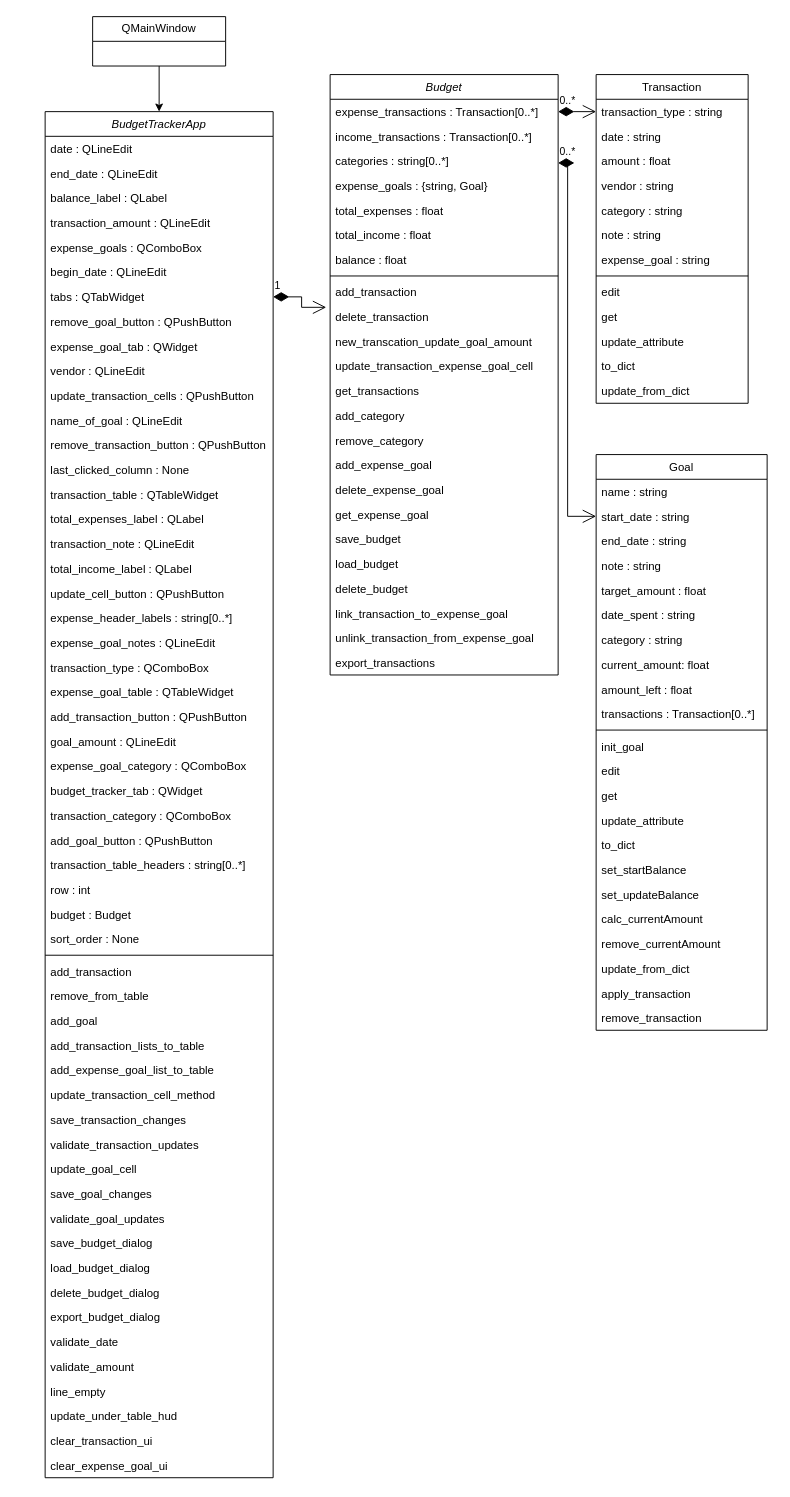
This is class_diagram.drawio from cachampney/capstone, a draw.io file, before an edit. Source tidied: cells renumbered, new cells numbered last; positions are measured from the earlier drawing's top-left corner, leaving out a move shared by most shapes. Both pictures are drawn from the tidied source at 95%, with x=0, y=0 at pixel (45, 16).
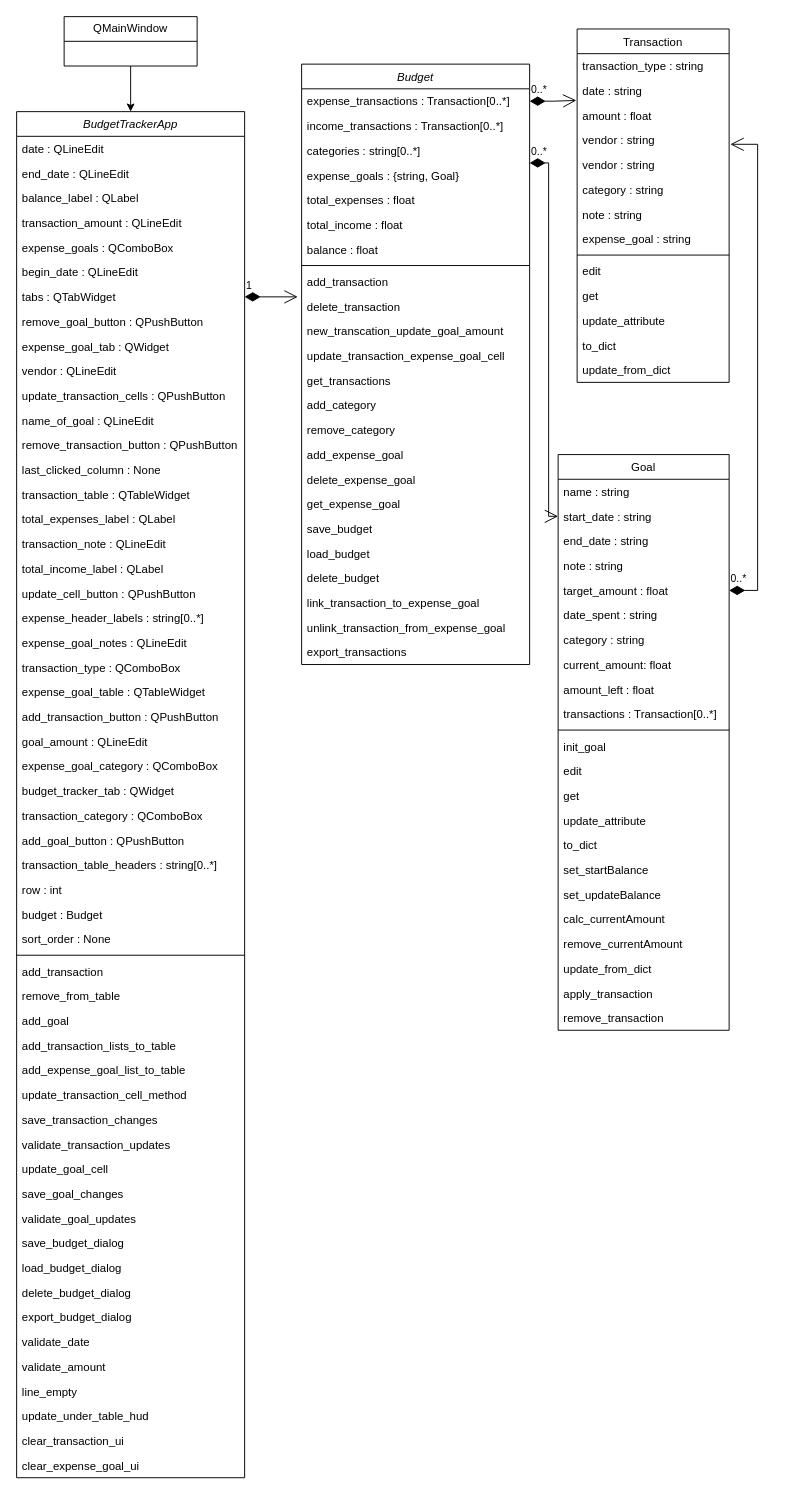
Above is the later version.

Unchanged cells that the change refers to:
```xml
<mxCell id="3" value="expense_transactions : Transaction[0..*]" style="text;align=left;verticalAlign=top;spacingLeft=4;spacingRight=4;overflow=hidden;points=[[0,0.5],[1,0.5]];portConstraint=eastwest;" parent="2" vertex="1">
  <mxGeometry y="26" width="240" height="26" as="geometry" />
</mxCell>
<mxCell id="5" value="categories : string[0..*]" style="text;align=left;verticalAlign=top;spacingLeft=4;spacingRight=4;overflow=hidden;points=[[0,0.5],[1,0.5]];portConstraint=eastwest;rounded=0;shadow=0;html=0;" parent="2" vertex="1">
  <mxGeometry y="78" width="240" height="26" as="geometry" />
</mxCell>
<mxCell id="28" value="transaction_type : string" style="text;align=left;verticalAlign=top;spacingLeft=4;spacingRight=4;overflow=hidden;points=[[0,0.5],[1,0.5]];portConstraint=eastwest;" parent="27" vertex="1">
  <mxGeometry y="26" width="160" height="26" as="geometry" />
</mxCell>
<mxCell id="29" value="date : string" style="text;align=left;verticalAlign=top;spacingLeft=4;spacingRight=4;overflow=hidden;points=[[0,0.5],[1,0.5]];portConstraint=eastwest;rounded=0;shadow=0;html=0;" parent="27" vertex="1">
  <mxGeometry y="52" width="160" height="26" as="geometry" />
</mxCell>
<mxCell id="31" value="vendor : string" style="text;align=left;verticalAlign=top;spacingLeft=4;spacingRight=4;overflow=hidden;points=[[0,0.5],[1,0.5]];portConstraint=eastwest;rounded=0;shadow=0;html=0;" parent="27" vertex="1">
  <mxGeometry y="104" width="160" height="26" as="geometry" />
</mxCell>
<mxCell id="44" value="start_date : string" style="text;align=left;verticalAlign=top;spacingLeft=4;spacingRight=4;overflow=hidden;points=[[0,0.5],[1,0.5]];portConstraint=eastwest;rounded=0;shadow=0;html=0;" parent="42" vertex="1">
  <mxGeometry y="52" width="180" height="26" as="geometry" />
</mxCell>
<mxCell id="47" value="target_amount : float" style="text;align=left;verticalAlign=top;spacingLeft=4;spacingRight=4;overflow=hidden;points=[[0,0.5],[1,0.5]];portConstraint=eastwest;rounded=0;shadow=0;html=0;" parent="42" vertex="1">
  <mxGeometry y="130" width="180" height="26" as="geometry" />
</mxCell>
```

Diff of the diagram source:
```diff
@@
     <mxCell id="2" value="Budget" style="swimlane;fontStyle=2;align=center;verticalAlign=top;horizontal=1;startSize=26;rounded=0;shadow=0;strokeWidth=1;" parent="1" vertex="1">
-      <mxGeometry x="300" y="61" width="240" height="632" as="geometry" />
+      <mxGeometry x="270" y="50" width="240" height="632" as="geometry" />
     </mxCell>
@@
     <mxCell id="27" value="Transaction" style="swimlane;fontStyle=0;align=center;verticalAlign=top;horizontal=1;startSize=26;rounded=0;shadow=0;strokeWidth=1;" parent="1" vertex="1">
-      <mxGeometry x="580" y="61" width="160" height="346" as="geometry" />
+      <mxGeometry x="560" y="13" width="160" height="372" as="geometry" />
     </mxCell>
@@
+    <mxCell id="126" value="vendor : string" style="text;align=left;verticalAlign=top;spacingLeft=4;spacingRight=4;overflow=hidden;rounded=0;shadow=0;html=0;" parent="27" vertex="1">
+      <mxGeometry y="130" width="160" height="26" as="geometry" />
+    </mxCell>
     <mxCell id="32" value="category : string" style="text;align=left;verticalAlign=top;spacingLeft=4;spacingRight=4;overflow=hidden;rounded=0;shadow=0;html=0;" parent="27" vertex="1">
-      <mxGeometry y="130" width="160" height="26" as="geometry" />
+      <mxGeometry y="156" width="160" height="26" as="geometry" />
     </mxCell>
     <mxCell id="33" value="note : string" style="text;align=left;verticalAlign=top;spacingLeft=4;spacingRight=4;overflow=hidden;rounded=0;shadow=0;html=0;" parent="27" vertex="1">
-      <mxGeometry y="156" width="160" height="26" as="geometry" />
+      <mxGeometry y="182" width="160" height="26" as="geometry" />
     </mxCell>
     <mxCell id="34" value="expense_goal : string" style="text;align=left;verticalAlign=top;spacingLeft=4;spacingRight=4;overflow=hidden;rounded=0;shadow=0;html=0;" parent="27" vertex="1">
-      <mxGeometry y="182" width="160" height="26" as="geometry" />
+      <mxGeometry y="208" width="160" height="26" as="geometry" />
     </mxCell>
     <mxCell id="35" style="line;html=1;strokeWidth=1;align=left;verticalAlign=middle;spacingTop=-1;spacingLeft=3;spacingRight=3;labelPosition=right;" parent="27" vertex="1">
-      <mxGeometry y="208" width="160" height="8" as="geometry" />
+      <mxGeometry y="234" width="160" height="8" as="geometry" />
     </mxCell>
     <mxCell id="36" value="edit" style="text;align=left;verticalAlign=top;spacingLeft=4;spacingRight=4;overflow=hidden;" parent="27" vertex="1">
-      <mxGeometry y="216" width="160" height="26" as="geometry" />
+      <mxGeometry y="242" width="160" height="26" as="geometry" />
     </mxCell>
     <mxCell id="37" value="get" style="text;align=left;verticalAlign=top;spacingLeft=4;spacingRight=4;overflow=hidden;" parent="27" vertex="1">
-      <mxGeometry y="242" width="160" height="26" as="geometry" />
+      <mxGeometry y="268" width="160" height="26" as="geometry" />
     </mxCell>
     <mxCell id="38" value="update_attribute" style="text;align=left;verticalAlign=top;spacingLeft=4;spacingRight=4;overflow=hidden;" parent="27" vertex="1">
-      <mxGeometry y="268" width="160" height="26" as="geometry" />
+      <mxGeometry y="294" width="160" height="26" as="geometry" />
     </mxCell>
     <mxCell id="39" value="to_dict" style="text;align=left;verticalAlign=top;spacingLeft=4;spacingRight=4;overflow=hidden;" parent="27" vertex="1">
-      <mxGeometry y="294" width="160" height="26" as="geometry" />
+      <mxGeometry y="320" width="160" height="26" as="geometry" />
     </mxCell>
     <mxCell id="40" value="update_from_dict" style="text;align=left;verticalAlign=top;spacingLeft=4;spacingRight=4;overflow=hidden;" parent="27" vertex="1">
-      <mxGeometry y="320" width="160" height="26" as="geometry" />
+      <mxGeometry y="346" width="160" height="26" as="geometry" />
     </mxCell>
-    <mxCell id="41" value="0..*" style="endArrow=open;html=1;endSize=12;startArrow=diamondThin;startSize=14;startFill=1;edgeStyle=orthogonalEdgeStyle;align=left;verticalAlign=bottom;rounded=0;" parent="1" edge="1" source="3" target="28">
-      <mxGeometry x="-1" y="3" relative="1" as="geometry">
-        <Array as="points">
-          <mxPoint x="532" y="103" />
-          <mxPoint x="532" y="101" />
-        </Array>
-      </mxGeometry>
+    <mxCell id="41" value="0..*" style="endArrow=open;html=1;endSize=12;startArrow=diamondThin;startSize=14;startFill=1;edgeStyle=orthogonalEdgeStyle;align=left;verticalAlign=bottom;rounded=0;entryX=-0.005;entryY=0.893;entryDx=0;entryDy=0;entryPerimeter=0;" parent="1" edge="1" source="3" target="29">
+      <mxGeometry x="-1" y="3" relative="1" as="geometry" />
     </mxCell>
     <mxCell id="42" value="Goal" style="swimlane;fontStyle=0;align=center;verticalAlign=top;horizontal=1;startSize=26;rounded=0;shadow=0;strokeWidth=1;" parent="1" vertex="1">
-      <mxGeometry x="580" y="461" width="180" height="606" as="geometry" />
+      <mxGeometry x="540" y="461" width="180" height="606" as="geometry" />
     </mxCell>
@@
     <mxCell id="66" value="0..*" style="endArrow=open;html=1;endSize=12;startArrow=diamondThin;startSize=14;startFill=1;edgeStyle=orthogonalEdgeStyle;align=left;verticalAlign=bottom;rounded=0;entryX=0;entryY=0.5;entryDx=0;entryDy=0;" parent="1" edge="1" source="5" target="44">
       <mxGeometry x="-1" y="3" relative="1" as="geometry">
         <Array as="points">
-          <mxPoint x="550" y="154" />
-          <mxPoint x="550" y="526" />
+          <mxPoint x="530" y="154" />
+          <mxPoint x="530" y="526" />
         </Array>
       </mxGeometry>
     </mxCell>
     <mxCell id="67" value="BudgetTrackerApp" style="swimlane;fontStyle=2;align=center;verticalAlign=top;horizontal=1;startSize=26;rounded=0;shadow=0;strokeWidth=1;" parent="1" vertex="1">
-      <mxGeometry y="100" width="240" height="1438" as="geometry" />
+      <mxGeometry x="-30" y="100" width="240" height="1438" as="geometry" />
     </mxCell>
@@
     <mxCell id="124" value="QMainWindow" style="swimlane;fontStyle=0;horizontal=1;startSize=26;fillColor=none;whiteSpace=wrap;html=1;" parent="1" vertex="1">
-      <mxGeometry x="50" width="140" height="52" as="geometry" />
+      <mxGeometry x="20" width="140" height="52" as="geometry" />
     </mxCell>
@@
+    <mxCell id="127" value="0..*" style="endArrow=open;html=1;endSize=12;startArrow=diamondThin;startSize=14;startFill=1;edgeStyle=orthogonalEdgeStyle;align=left;verticalAlign=bottom;rounded=0;exitX=1;exitY=0.5;exitDx=0;exitDy=0;entryX=1.008;entryY=0.669;entryDx=0;entryDy=0;entryPerimeter=0;" parent="1" edge="1" source="47" target="31">
+      <mxGeometry x="-1" y="3" relative="1" as="geometry">
+        <Array as="points">
+          <mxPoint x="750" y="604" />
+          <mxPoint x="750" y="134" />
+        </Array>
+      </mxGeometry>
+    </mxCell>
```
